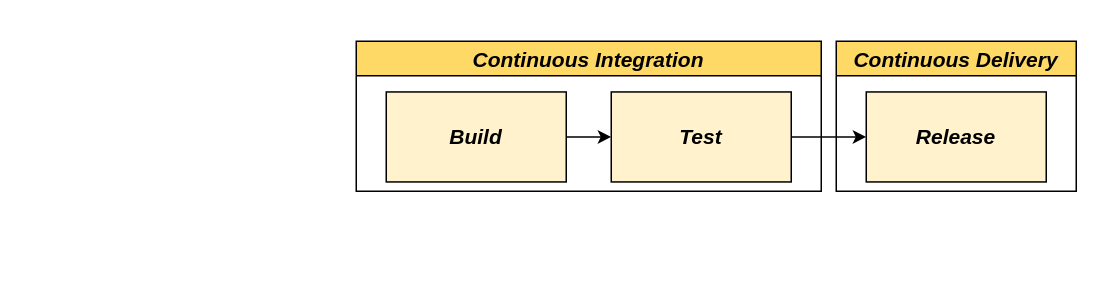
The draw.io diagram page "29-cicd" (6 of 22) of tesi-2.drawio in paganellif/tesi-paganelli, before the edit. Source tidied: cells renumbered, new cells numbered last; positions are measured from the earlier drawing's top-left corner, leaving out a move shared by most shapes. Both pictures are drawn from the tidied source at 150%, with x=0, y=0 at pixel (356, 40).
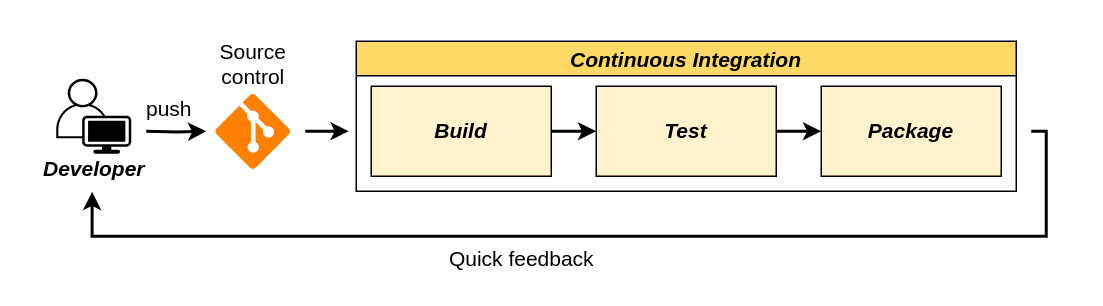
After the change.

Diff of the diagram source:
```diff
@@
-    <mxCell id="2" style="edgeStyle=orthogonalEdgeStyle;rounded=0;jettySize=auto;html=1;entryX=0;entryY=0.5;entryDx=0;entryDy=0;exitX=1;exitY=0.5;exitDx=0;exitDy=0;" parent="1" edge="1" source="4" target="8">
-      <mxGeometry relative="1" as="geometry" />
-    </mxCell>
+    <mxCell id="9" style="edgeStyle=orthogonalEdgeStyle;rounded=0;jettySize=auto;html=1;entryX=0.488;entryY=1.012;entryDx=0;entryDy=0;entryPerimeter=0;strokeWidth=2;" parent="1" edge="1" target="16">
+      <mxGeometry relative="1" as="geometry">
+        <mxPoint x="450" y="60" as="sourcePoint" />
+        <Array as="points">
+          <mxPoint x="460" y="60" />
+          <mxPoint x="460" y="130" />
+          <mxPoint x="-176" y="130" />
+        </Array>
+      </mxGeometry>
+    </mxCell>
     <mxCell id="3" value="Continuous Integration" style="swimlane;fillColor=#FFD966;fontSize=14;fontStyle=3;" parent="1" vertex="1">
-      <mxGeometry width="310" height="100" as="geometry" />
+      <mxGeometry width="440" height="100" as="geometry" />
     </mxCell>
+    <mxCell id="10" value="&lt;b style=&quot;font-size: 14px;&quot;&gt;&lt;i style=&quot;font-size: 14px;&quot;&gt;Package&lt;/i&gt;&lt;/b&gt;" style="rounded=0;whiteSpace=wrap;html=1;fontSize=14;strokeColor=#000000;fillColor=#FFF2CC;" parent="1" vertex="1">
+      <mxGeometry x="310" y="30" width="120" height="60" as="geometry" />
+    </mxCell>
+    <mxCell id="11" style="edgeStyle=orthogonalEdgeStyle;rounded=0;jettySize=auto;html=1;strokeWidth=2;" parent="1" edge="1" source="4" target="10">
+      <mxGeometry relative="1" as="geometry" />
+    </mxCell>
-    <mxCell id="4" value="&lt;b style=&quot;font-size: 14px;&quot;&gt;&lt;i style=&quot;font-size: 14px;&quot;&gt;Test&lt;/i&gt;&lt;/b&gt;" style="rounded=0;whiteSpace=wrap;html=1;fontSize=14;strokeColor=#000000;fillColor=#FFF2CC;" parent="3" vertex="1">
-      <mxGeometry x="170" y="33.8" width="120" height="60" as="geometry" />
+    <mxCell id="4" value="&lt;b style=&quot;font-size: 14px;&quot;&gt;&lt;i style=&quot;font-size: 14px;&quot;&gt;Test&lt;/i&gt;&lt;/b&gt;" style="rounded=0;whiteSpace=wrap;html=1;fontSize=14;strokeColor=#000000;fillColor=#FFF2CC;" parent="1" vertex="1">
+      <mxGeometry x="160" y="30" width="120" height="60" as="geometry" />
     </mxCell>
-    <mxCell id="5" style="edgeStyle=orthogonalEdgeStyle;rounded=0;jettySize=auto;html=1;" parent="3" edge="1" source="6" target="4">
+    <mxCell id="5" style="edgeStyle=orthogonalEdgeStyle;rounded=0;jettySize=auto;html=1;strokeWidth=2;" parent="1" edge="1" source="6" target="4">
       <mxGeometry relative="1" as="geometry" />
     </mxCell>
-    <mxCell id="6" value="&lt;b style=&quot;font-size: 14px;&quot;&gt;&lt;i style=&quot;font-size: 14px;&quot;&gt;Build&lt;/i&gt;&lt;/b&gt;" style="rounded=0;whiteSpace=wrap;html=1;fontSize=14;strokeColor=#000000;fillColor=#FFF2CC;" parent="3" vertex="1">
-      <mxGeometry x="20" y="33.8" width="120" height="60" as="geometry" />
+    <mxCell id="6" value="&lt;b style=&quot;font-size: 14px;&quot;&gt;&lt;i style=&quot;font-size: 14px;&quot;&gt;Build&lt;/i&gt;&lt;/b&gt;" style="rounded=0;whiteSpace=wrap;html=1;fontSize=14;strokeColor=#000000;fillColor=#FFF2CC;" parent="1" vertex="1">
+      <mxGeometry x="10" y="30" width="120" height="60" as="geometry" />
     </mxCell>
-    <mxCell id="7" value="Continuous Delivery" style="swimlane;fillColor=#FFD966;fontSize=14;fontStyle=3;" parent="1" vertex="1">
-      <mxGeometry x="320" width="160" height="100" as="geometry" />
-    </mxCell>
-    <mxCell id="8" value="&lt;b style=&quot;font-size: 14px;&quot;&gt;&lt;i style=&quot;font-size: 14px;&quot;&gt;Release&lt;/i&gt;&lt;/b&gt;" style="rounded=0;whiteSpace=wrap;html=1;fontSize=14;strokeColor=#000000;fillColor=#FFF2CC;" parent="7" vertex="1">
-      <mxGeometry x="20" y="33.8" width="120" height="60" as="geometry" />
-    </mxCell>
+    <mxCell id="12" style="edgeStyle=orthogonalEdgeStyle;rounded=0;orthogonalLoop=1;jettySize=auto;html=1;strokeWidth=2;" parent="1" edge="1">
+      <mxGeometry relative="1" as="geometry">
+        <mxPoint x="-34" y="60" as="sourcePoint" />
+        <mxPoint x="-5" y="60" as="targetPoint" />
+      </mxGeometry>
+    </mxCell>
+    <mxCell id="13" style="verticalLabelPosition=bottom;html=1;verticalAlign=top;align=center;strokeColor=none;fillColor=#FF8000;shape=mxgraph.azure.git_repository;" parent="1" vertex="1">
+      <mxGeometry x="-94" y="35" width="50" height="50" as="geometry" />
+    </mxCell>
+    <mxCell id="14" style="edgeStyle=orthogonalEdgeStyle;rounded=0;orthogonalLoop=1;jettySize=auto;html=1;strokeWidth=2;" parent="1" edge="1">
+      <mxGeometry relative="1" as="geometry">
+        <mxPoint x="-140" y="60" as="sourcePoint" />
+        <mxPoint x="-100" y="60" as="targetPoint" />
+      </mxGeometry>
+    </mxCell>
+    <mxCell id="15" style="verticalLabelPosition=bottom;sketch=0;html=1;verticalAlign=top;align=center;shape=mxgraph.cisco19.user;fillColor=#000000;strokeColor=#000000;dashed=1;fontSize=14;" parent="1" vertex="1">
+      <mxGeometry x="-200" y="25" width="50" height="50" as="geometry" />
+    </mxCell>
+    <mxCell id="16" value="&lt;b style=&quot;font-size: 14px;&quot;&gt;&lt;i style=&quot;font-size: 14px;&quot;&gt;Developer&lt;/i&gt;&lt;/b&gt;" style="text;html=1;align=center;verticalAlign=middle;points=[];strokeColor=none;fillColor=none;fontSize=14;" parent="1" vertex="1">
+      <mxGeometry x="-220" y="70" width="90" height="30" as="geometry" />
+    </mxCell>
+    <mxCell id="17" value="&lt;font style=&quot;font-size: 14px;&quot;&gt;Source&lt;br&gt;control&lt;/font&gt;" style="text;html=1;align=center;verticalAlign=middle;strokeColor=none;fillColor=none;" parent="1" vertex="1">
+      <mxGeometry x="-104" y="-10" width="70" height="50" as="geometry" />
+    </mxCell>
+    <mxCell id="18" value="Quick feedback" style="text;html=1;align=center;verticalAlign=middle;strokeColor=none;fillColor=none;fontSize=14;" parent="1" vertex="1">
+      <mxGeometry x="50" y="130" width="120" height="30" as="geometry" />
+    </mxCell>
+    <mxCell id="19" value="push" style="text;html=1;align=center;verticalAlign=middle;strokeColor=none;fillColor=none;fontSize=14;" parent="1" vertex="1">
+      <mxGeometry x="-150" y="30" width="50" height="30" as="geometry" />
+    </mxCell>
```
